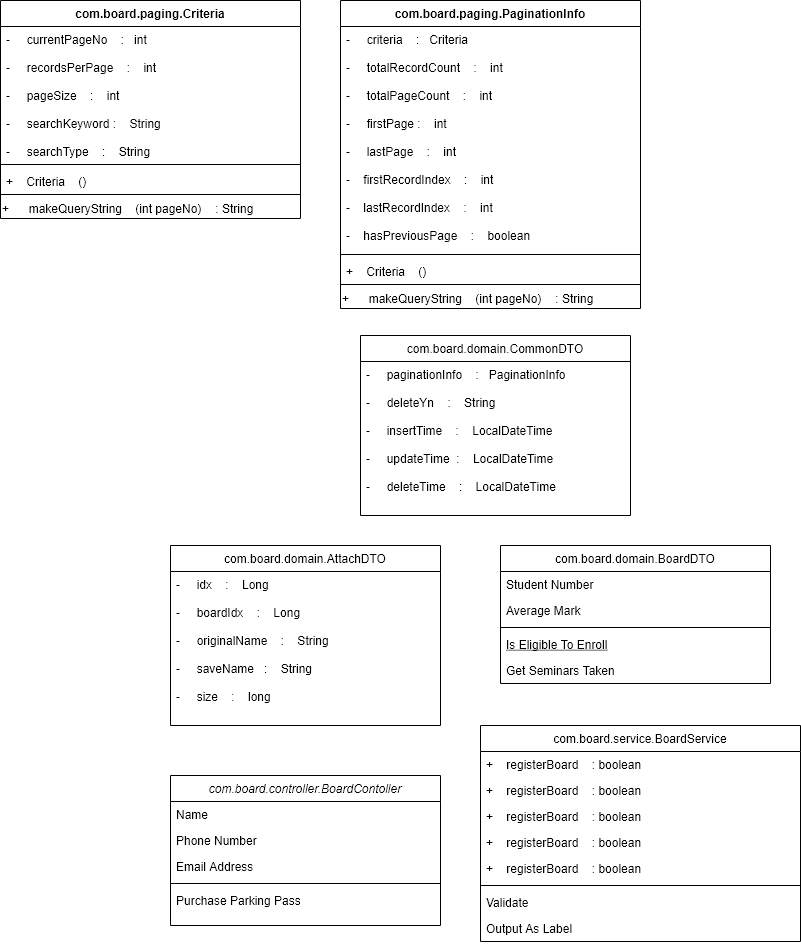
Before: SBBT_Class_Diagram.png, a diagram exported from draw.io (SilicaDurumi/draw.io). Source tidied: cells renumbered, new cells last; positions are measured from the earlier drawing's top-left corner, leaving out a move shared by most shapes.
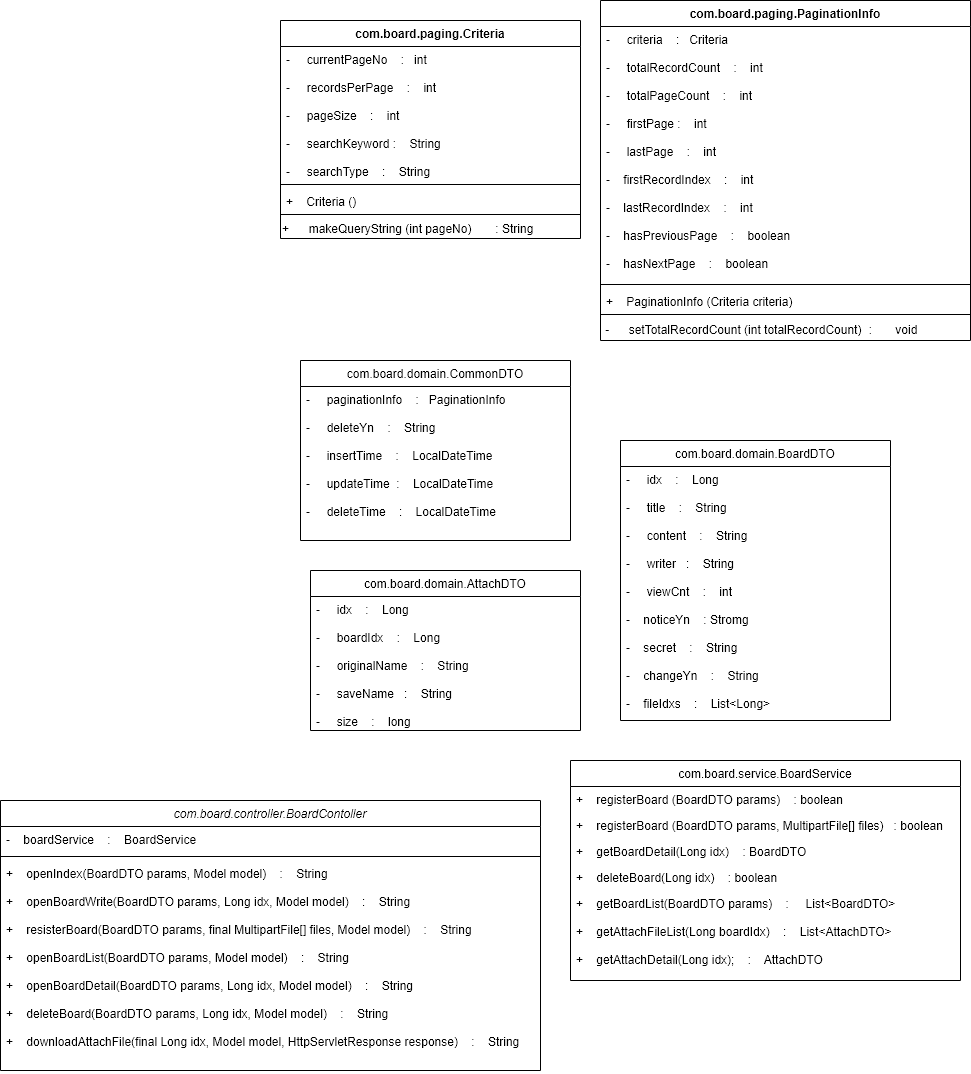
Later version of the same file.

What changed in the source:
```diff
@@ -3,82 +3,49 @@
     <mxCell id="0" />
     <mxCell id="1" parent="0" />
     <mxCell id="2" value="com.board.controller.BoardContoller" style="swimlane;fontStyle=2;align=center;verticalAlign=top;horizontal=1;startSize=26;rounded=0;shadow=0;strokeWidth=1;" parent="1" vertex="1">
-      <mxGeometry x="170" y="775" width="270" height="150" as="geometry" />
+      <mxGeometry x="-160" y="775" width="540" height="270" as="geometry" />
     </mxCell>
-    <mxCell id="3" value="Name" style="text;align=left;verticalAlign=top;spacingLeft=4;spacingRight=4;overflow=hidden;" parent="2" vertex="1">
-      <mxGeometry y="26" width="270" height="26" as="geometry" />
+    <mxCell id="3" value="-    boardService    :    BoardService" style="text;align=left;verticalAlign=top;spacingLeft=4;spacingRight=4;overflow=hidden;" parent="2" vertex="1">
+      <mxGeometry y="26" width="540" height="26" as="geometry" />
     </mxCell>
-    <mxCell id="4" value="Phone Number" style="text;align=left;verticalAlign=top;spacingLeft=4;spacingRight=4;overflow=hidden;rounded=0;shadow=0;html=0;" parent="2" vertex="1">
-      <mxGeometry y="52" width="270" height="26" as="geometry" />
-    </mxCell>
-    <mxCell id="5" value="Email Address" style="text;align=left;verticalAlign=top;spacingLeft=4;spacingRight=4;overflow=hidden;rounded=0;shadow=0;html=0;" parent="2" vertex="1">
-      <mxGeometry y="78" width="270" height="26" as="geometry" />
-    </mxCell>
     <mxCell id="6" style="line;html=1;strokeWidth=1;align=left;verticalAlign=middle;spacingTop=-1;spacingLeft=3;spacingRight=3;labelPosition=right;" parent="2" vertex="1">
-      <mxGeometry y="104" width="270" height="8" as="geometry" />
+      <mxGeometry y="52" width="540" height="8" as="geometry" />
     </mxCell>
-    <mxCell id="7" value="Purchase Parking Pass" style="text;align=left;verticalAlign=top;spacingLeft=4;spacingRight=4;overflow=hidden;" parent="2" vertex="1">
-      <mxGeometry y="112" width="270" height="26" as="geometry" />
+    <mxCell id="7" value="+    openIndex(BoardDTO params, Model model)    :    String&#10;&#10;+    openBoardWrite(BoardDTO params, Long idx, Model model)    :    String&#10;&#10;+    resisterBoard(BoardDTO params, final MultipartFile[] files, Model model)    :    String&#10;&#10;+    openBoardList(BoardDTO params, Model model)    :    String&#10;&#10;+    openBoardDetail(BoardDTO params, Long idx, Model model)    :    String&#10;&#10;+    deleteBoard(BoardDTO params, Long idx, Model model)    :    String&#10;&#10;+    downloadAttachFile(final Long idx, Model model, HttpServletResponse response)    :    String" style="text;align=left;verticalAlign=top;spacingLeft=4;spacingRight=4;overflow=hidden;" parent="2" vertex="1">
+      <mxGeometry y="60" width="540" height="210" as="geometry" />
     </mxCell>
     <mxCell id="8" value="com.board.domain.AttachDTO" style="swimlane;fontStyle=0;align=center;verticalAlign=top;horizontal=1;startSize=26;rounded=0;shadow=0;strokeWidth=1;" parent="1" vertex="1">
-      <mxGeometry x="170" y="545" width="270" height="180" as="geometry" />
+      <mxGeometry x="150" y="545" width="270" height="160" as="geometry" />
     </mxCell>
     <mxCell id="9" value="-     idx    :    Long&#10;&#10;-     boardIdx    :    Long&#10;&#10;-     originalName    :    String&#10;&#10;-     saveName   :    String&#10;&#10;-     size    :    long" style="text;align=left;verticalAlign=top;spacingLeft=4;spacingRight=4;overflow=hidden;" parent="8" vertex="1">
-      <mxGeometry y="26" width="270" height="154" as="geometry" />
+      <mxGeometry y="26" width="270" height="134" as="geometry" />
     </mxCell>
     <mxCell id="10" value="com.board.service.BoardService" style="swimlane;fontStyle=0;align=center;verticalAlign=top;horizontal=1;startSize=26;rounded=0;shadow=0;strokeWidth=1;" parent="1" vertex="1">
-      <mxGeometry x="480" y="725" width="320" height="216" as="geometry" />
+      <mxGeometry x="410" y="735" width="390" height="220" as="geometry" />
     </mxCell>
-    <mxCell id="11" value="+    registerBoard    : boolean" style="text;align=left;verticalAlign=top;spacingLeft=4;spacingRight=4;overflow=hidden;" parent="10" vertex="1">
-      <mxGeometry y="26" width="320" height="26" as="geometry" />
+    <mxCell id="11" value="+    registerBoard (BoardDTO params)    : boolean" style="text;align=left;verticalAlign=top;spacingLeft=4;spacingRight=4;overflow=hidden;" parent="10" vertex="1">
+      <mxGeometry y="26" width="390" height="26" as="geometry" />
     </mxCell>
-    <mxCell id="12" value="+    registerBoard    : boolean" style="text;align=left;verticalAlign=top;spacingLeft=4;spacingRight=4;overflow=hidden;rounded=0;shadow=0;html=0;" parent="10" vertex="1">
-      <mxGeometry y="52" width="320" height="26" as="geometry" />
+    <mxCell id="12" value="+    registerBoard (BoardDTO params, MultipartFile[] files)   : boolean" style="text;align=left;verticalAlign=top;spacingLeft=4;spacingRight=4;overflow=hidden;rounded=0;shadow=0;html=0;" parent="10" vertex="1">
+      <mxGeometry y="52" width="390" height="26" as="geometry" />
     </mxCell>
-    <mxCell id="13" value="+    registerBoard    : boolean" style="text;align=left;verticalAlign=top;spacingLeft=4;spacingRight=4;overflow=hidden;rounded=0;shadow=0;html=0;" parent="10" vertex="1">
-      <mxGeometry y="78" width="320" height="26" as="geometry" />
+    <mxCell id="13" value="+    getBoardDetail(Long idx)    : BoardDTO" style="text;align=left;verticalAlign=top;spacingLeft=4;spacingRight=4;overflow=hidden;rounded=0;shadow=0;html=0;" parent="10" vertex="1">
+      <mxGeometry y="78" width="390" height="26" as="geometry" />
     </mxCell>
-    <mxCell id="14" value="+    registerBoard    : boolean" style="text;align=left;verticalAlign=top;spacingLeft=4;spacingRight=4;overflow=hidden;rounded=0;shadow=0;html=0;" parent="10" vertex="1">
-      <mxGeometry y="104" width="320" height="26" as="geometry" />
+    <mxCell id="14" value="+    deleteBoard(Long idx)    : boolean" style="text;align=left;verticalAlign=top;spacingLeft=4;spacingRight=4;overflow=hidden;rounded=0;shadow=0;html=0;" parent="10" vertex="1">
+      <mxGeometry y="104" width="390" height="26" as="geometry" />
     </mxCell>
-    <mxCell id="15" value="+    registerBoard    : boolean" style="text;align=left;verticalAlign=top;spacingLeft=4;spacingRight=4;overflow=hidden;rounded=0;shadow=0;html=0;" parent="10" vertex="1">
-      <mxGeometry y="130" width="320" height="26" as="geometry" />
+    <mxCell id="15" value="+    getBoardList(BoardDTO params)    :     List&lt;BoardDTO&gt;&#10;&#10;+    getAttachFileList(Long boardIdx)    :    List&lt;AttachDTO&gt;&#10;&#10;+    getAttachDetail(Long idx);    :    AttachDTO&#10;&#10;" style="text;align=left;verticalAlign=top;spacingLeft=4;spacingRight=4;overflow=hidden;rounded=0;shadow=0;html=0;" parent="10" vertex="1">
+      <mxGeometry y="130" width="390" height="90" as="geometry" />
     </mxCell>
-    <mxCell id="16" style="line;html=1;strokeWidth=1;align=left;verticalAlign=middle;spacingTop=-1;spacingLeft=3;spacingRight=3;labelPosition=right;" parent="10" vertex="1">
-      <mxGeometry y="156" width="320" height="8" as="geometry" />
-    </mxCell>
-    <mxCell id="17" value="Validate" style="text;align=left;verticalAlign=top;spacingLeft=4;spacingRight=4;overflow=hidden;" parent="10" vertex="1">
-      <mxGeometry y="164" width="320" height="26" as="geometry" />
-    </mxCell>
-    <mxCell id="18" value="Output As Label" style="text;align=left;verticalAlign=top;spacingLeft=4;spacingRight=4;overflow=hidden;" parent="10" vertex="1">
-      <mxGeometry y="190" width="320" height="26" as="geometry" />
-    </mxCell>
-    <mxCell id="19" value="com.board.domain.BoardDTO" style="swimlane;fontStyle=0;align=center;verticalAlign=top;horizontal=1;startSize=26;rounded=0;shadow=0;strokeWidth=1;" parent="1" vertex="1">
-      <mxGeometry x="500" y="545" width="270" height="138" as="geometry" />
-    </mxCell>
-    <mxCell id="20" value="Student Number" style="text;align=left;verticalAlign=top;spacingLeft=4;spacingRight=4;overflow=hidden;" parent="19" vertex="1">
-      <mxGeometry y="26" width="270" height="26" as="geometry" />
-    </mxCell>
-    <mxCell id="21" value="Average Mark" style="text;align=left;verticalAlign=top;spacingLeft=4;spacingRight=4;overflow=hidden;rounded=0;shadow=0;html=0;" parent="19" vertex="1">
-      <mxGeometry y="52" width="270" height="26" as="geometry" />
-    </mxCell>
-    <mxCell id="22" style="line;html=1;strokeWidth=1;align=left;verticalAlign=middle;spacingTop=-1;spacingLeft=3;spacingRight=3;labelPosition=right;" parent="19" vertex="1">
-      <mxGeometry y="78" width="270" height="8" as="geometry" />
-    </mxCell>
-    <mxCell id="23" value="Is Eligible To Enroll" style="text;align=left;verticalAlign=top;spacingLeft=4;spacingRight=4;overflow=hidden;fontStyle=4;" parent="19" vertex="1">
-      <mxGeometry y="86" width="270" height="26" as="geometry" />
-    </mxCell>
-    <mxCell id="24" value="Get Seminars Taken" style="text;align=left;verticalAlign=top;spacingLeft=4;spacingRight=4;overflow=hidden;" parent="19" vertex="1">
-      <mxGeometry y="112" width="270" height="26" as="geometry" />
-    </mxCell>
     <mxCell id="25" value="com.board.domain.CommonDTO" style="swimlane;fontStyle=0;align=center;verticalAlign=top;horizontal=1;startSize=26;rounded=0;shadow=0;strokeWidth=1;" parent="1" vertex="1">
-      <mxGeometry x="360" y="335" width="270" height="180" as="geometry" />
+      <mxGeometry x="140" y="335" width="270" height="180" as="geometry" />
     </mxCell>
     <mxCell id="26" value="-     paginationInfo    :   PaginationInfo&#10;&#10;-     deleteYn    :    String&#10;&#10;-     insertTime    :    LocalDateTime&#10;&#10;-     updateTime  :    LocalDateTime&#10;&#10;-     deleteTime    :    LocalDateTime" style="text;align=left;verticalAlign=top;spacingLeft=4;spacingRight=4;overflow=hidden;" parent="25" vertex="1">
       <mxGeometry y="26" width="270" height="154" as="geometry" />
     </mxCell>
     <mxCell id="27" value="com.board.paging.Criteria" style="swimlane;fontStyle=1;align=center;verticalAlign=top;horizontal=1;startSize=26;" parent="1" vertex="1">
-      <mxGeometry width="300" height="218" as="geometry" />
+      <mxGeometry x="120" y="-5" width="300" height="218" as="geometry" />
     </mxCell>
     <mxCell id="28" value="-     currentPageNo    :   int&#10;&#10;-     recordsPerPage    :    int&#10;&#10;-     pageSize    :    int&#10;&#10;-     searchKeyword :    String&#10;&#10;-     searchType    :    String" style="text;strokeColor=none;fillColor=none;align=left;verticalAlign=top;spacingLeft=4;spacingRight=4;overflow=hidden;" parent="27" vertex="1">
       <mxGeometry y="26" width="300" height="134" as="geometry" />
@@ -86,32 +53,38 @@
     <mxCell id="29" style="line;strokeWidth=1;fillColor=none;align=left;verticalAlign=middle;spacingTop=-1;spacingLeft=3;spacingRight=3;labelPosition=right;" parent="27" vertex="1">
       <mxGeometry y="160" width="300" height="8" as="geometry" />
     </mxCell>
-    <mxCell id="30" value="+    Criteria    ()" style="text;strokeColor=none;fillColor=none;align=left;verticalAlign=top;spacingLeft=4;spacingRight=4;overflow=hidden;" parent="27" vertex="1">
+    <mxCell id="30" value="+    Criteria ()" style="text;strokeColor=none;fillColor=none;align=left;verticalAlign=top;spacingLeft=4;spacingRight=4;overflow=hidden;" parent="27" vertex="1">
       <mxGeometry y="168" width="300" height="22" as="geometry" />
     </mxCell>
     <mxCell id="31" style="line;strokeWidth=1;fillColor=none;align=left;verticalAlign=middle;spacingTop=-1;spacingLeft=3;spacingRight=3;labelPosition=right;" parent="27" vertex="1">
       <mxGeometry y="190" width="300" height="8" as="geometry" />
     </mxCell>
-    <mxCell id="32" value="+&lt;span style=&quot;white-space: pre&quot;&gt;&#9;&lt;/span&gt;makeQueryString&lt;span style=&quot;white-space: pre&quot;&gt;&#9;&lt;/span&gt;(int pageNo)&lt;span style=&quot;white-space: pre&quot;&gt;&#9;&lt;/span&gt;: String" style="text;html=1;strokeColor=none;fillColor=none;align=left;verticalAlign=middle;whiteSpace=wrap;rounded=0;" parent="27" vertex="1">
+    <mxCell id="32" value="+&lt;span style=&quot;white-space: pre&quot;&gt;&#9;&lt;/span&gt;makeQueryString (int pageNo)&lt;span style=&quot;white-space: pre&quot;&gt;&#9;&lt;/span&gt;: String" style="text;html=1;strokeColor=none;fillColor=none;align=left;verticalAlign=middle;whiteSpace=wrap;rounded=0;" parent="27" vertex="1">
       <mxGeometry y="198" width="300" height="20" as="geometry" />
     </mxCell>
     <mxCell id="33" value="com.board.paging.PaginationInfo" style="swimlane;fontStyle=1;align=center;verticalAlign=top;horizontal=1;startSize=26;" parent="1" vertex="1">
-      <mxGeometry x="340" width="300" height="308" as="geometry" />
+      <mxGeometry x="440" y="-25" width="370" height="340" as="geometry" />
     </mxCell>
-    <mxCell id="34" value="-     criteria    :   Criteria&#10;&#10;-     totalRecordCount    :    int&#10;&#10;-     totalPageCount    :    int&#10;&#10;-     firstPage :    int&#10;&#10;-     lastPage    :    int&#10;&#10;-    firstRecordIndex    :    int&#10;&#10;-    lastRecordIndex    :    int&#10;&#10;-    hasPreviousPage    :    boolean&#10;&#10;&#10;" style="text;strokeColor=none;fillColor=none;align=left;verticalAlign=top;spacingLeft=4;spacingRight=4;overflow=hidden;" parent="33" vertex="1">
-      <mxGeometry y="26" width="300" height="224" as="geometry" />
+    <mxCell id="34" value="-     criteria    :   Criteria&#10;&#10;-     totalRecordCount    :    int&#10;&#10;-     totalPageCount    :    int&#10;&#10;-     firstPage :    int&#10;&#10;-     lastPage    :    int&#10;&#10;-    firstRecordIndex    :    int&#10;&#10;-    lastRecordIndex    :    int&#10;&#10;-    hasPreviousPage    :    boolean&#10;&#10;-    hasNextPage    :    boolean&#10;" style="text;strokeColor=none;fillColor=none;align=left;verticalAlign=top;spacingLeft=4;spacingRight=4;overflow=hidden;" parent="33" vertex="1">
+      <mxGeometry y="26" width="370" height="254" as="geometry" />
     </mxCell>
     <mxCell id="35" style="line;strokeWidth=1;fillColor=none;align=left;verticalAlign=middle;spacingTop=-1;spacingLeft=3;spacingRight=3;labelPosition=right;" parent="33" vertex="1">
-      <mxGeometry y="250" width="300" height="8" as="geometry" />
+      <mxGeometry y="280" width="370" height="8" as="geometry" />
     </mxCell>
-    <mxCell id="36" value="+    Criteria    ()" style="text;strokeColor=none;fillColor=none;align=left;verticalAlign=top;spacingLeft=4;spacingRight=4;overflow=hidden;" parent="33" vertex="1">
-      <mxGeometry y="258" width="300" height="22" as="geometry" />
+    <mxCell id="36" value="+    PaginationInfo (Criteria criteria)" style="text;strokeColor=none;fillColor=none;align=left;verticalAlign=top;spacingLeft=4;spacingRight=4;overflow=hidden;" parent="33" vertex="1">
+      <mxGeometry y="288" width="370" height="22" as="geometry" />
     </mxCell>
     <mxCell id="37" style="line;strokeWidth=1;fillColor=none;align=left;verticalAlign=middle;spacingTop=-1;spacingLeft=3;spacingRight=3;labelPosition=right;" parent="33" vertex="1">
-      <mxGeometry y="280" width="300" height="8" as="geometry" />
+      <mxGeometry y="310" width="370" height="8" as="geometry" />
     </mxCell>
-    <mxCell id="38" value="+&lt;span style=&quot;white-space: pre&quot;&gt;&#9;&lt;/span&gt;makeQueryString&lt;span style=&quot;white-space: pre&quot;&gt;&#9;&lt;/span&gt;(int pageNo)&lt;span style=&quot;white-space: pre&quot;&gt;&#9;&lt;/span&gt;: String" style="text;html=1;strokeColor=none;fillColor=none;align=left;verticalAlign=middle;whiteSpace=wrap;rounded=0;" parent="33" vertex="1">
-      <mxGeometry y="288" width="300" height="20" as="geometry" />
+    <mxCell id="38" value="&amp;nbsp;-&lt;span style=&quot;white-space: pre&quot;&gt;&#9;&lt;/span&gt;setTotalRecordCount (int totalRecordCount)&lt;span style=&quot;white-space: pre&quot;&gt;&#9;&lt;/span&gt;:&lt;span style=&quot;white-space: pre&quot;&gt;&#9;&lt;/span&gt;void" style="text;html=1;strokeColor=none;fillColor=none;align=left;verticalAlign=middle;whiteSpace=wrap;rounded=0;" parent="33" vertex="1">
+      <mxGeometry y="318" width="370" height="22" as="geometry" />
     </mxCell>
+    <mxCell id="19" value="com.board.domain.BoardDTO" style="swimlane;fontStyle=0;align=center;verticalAlign=top;horizontal=1;startSize=26;rounded=0;shadow=0;strokeWidth=1;" parent="1" vertex="1">
+      <mxGeometry x="460" y="415" width="270" height="280" as="geometry" />
+    </mxCell>
+    <mxCell id="39" value="-     idx    :    Long&#10;&#10;-     title    :    String&#10;&#10;-     content    :    String&#10;&#10;-     writer   :    String&#10;&#10;-     viewCnt    :    int&#10;&#10;-    noticeYn    :  Stromg&#10;&#10;-    secret    :    String&#10;&#10;-    changeYn    :    String&#10;&#10;-    fileIdxs    :    List&lt;Long&gt;" style="text;align=left;verticalAlign=top;spacingLeft=4;spacingRight=4;overflow=hidden;" parent="19" vertex="1">
+      <mxGeometry y="26" width="270" height="244" as="geometry" />
+    </mxCell>
   </root>
 </mxGraphModel>
```
